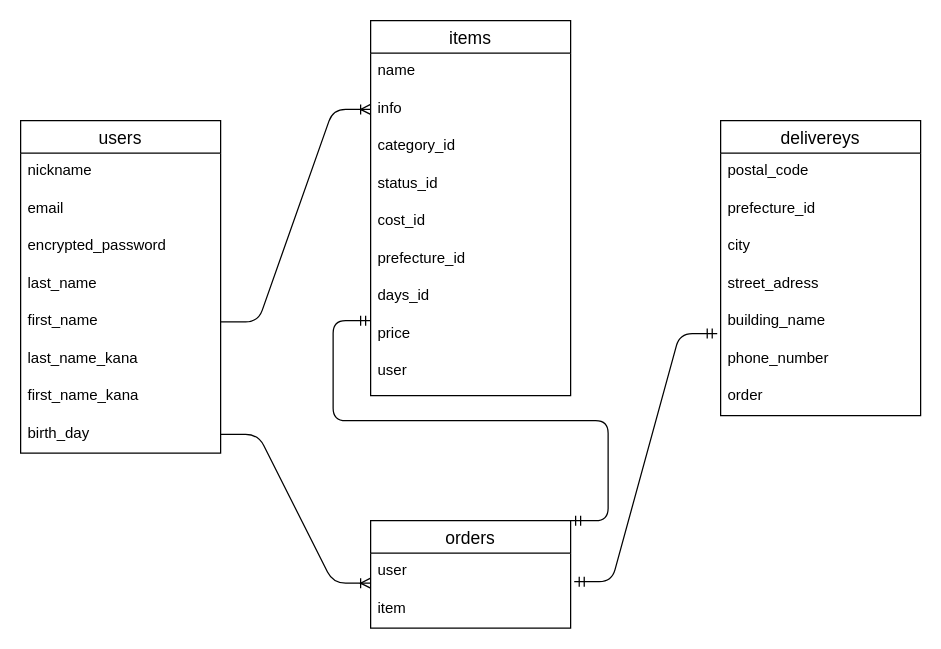
Before: test.dio in chantake1128/furima-41428, a draw.io diagram. Source tidied: cells renumbered, new cells numbered last; positions are measured from the earlier drawing's top-left corner, leaving out a move shared by most shapes. Both pictures are drawn from the tidied source at 125%, with x=0, y=0 at pixel (20, 20).
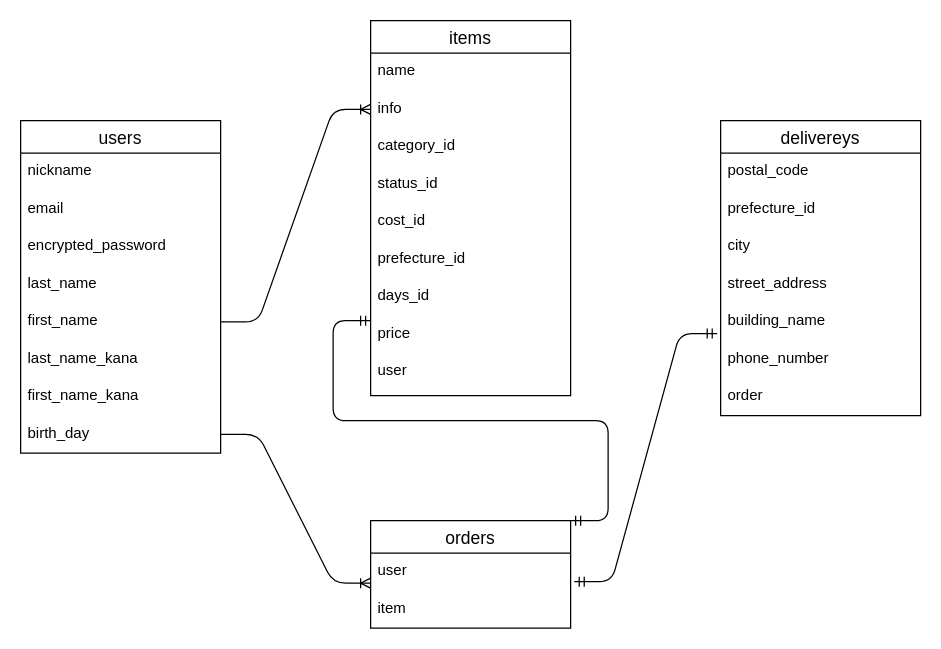
Above is the later version.

Unchanged cells that the change refers to:
```xml
<mxCell id="25" value="delivereys" style="swimlane;fontStyle=0;horizontal=1;startSize=26;align=center;fontSize=14;" parent="1" vertex="1">
  <mxGeometry x="560" y="80" width="160" height="236" as="geometry" />
</mxCell>
```

Diff of the diagram source:
```diff
@@
-    <mxCell id="29" value="street_adress" style="text;strokeColor=none;fillColor=none;spacingLeft=4;spacingRight=4;overflow=hidden;fontSize=12;" parent="25" vertex="1">
+    <mxCell id="29" value="street_address" style="text;strokeColor=none;fillColor=none;spacingLeft=4;spacingRight=4;overflow=hidden;fontSize=12;" parent="25" vertex="1">
       <mxGeometry y="116" width="160" height="30" as="geometry" />
     </mxCell>
```
